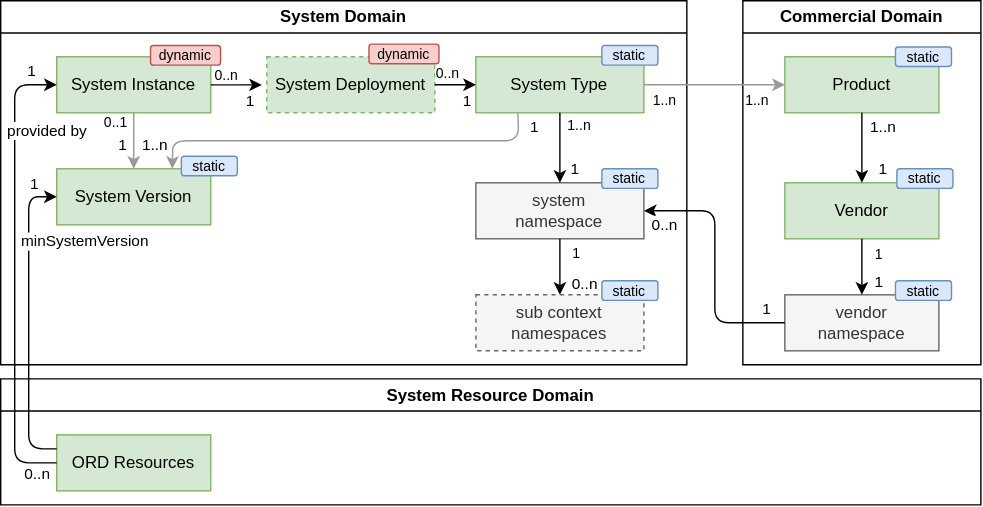
open-resource-discovery/specification keeps this draw.io diagram as static/img/system-landscape/system.drawio.svg. Above is the earlier version. Source tidied: cells renumbered, new cells last; positions are measured from the earlier drawing's top-left corner, leaving out a move shared by most shapes.
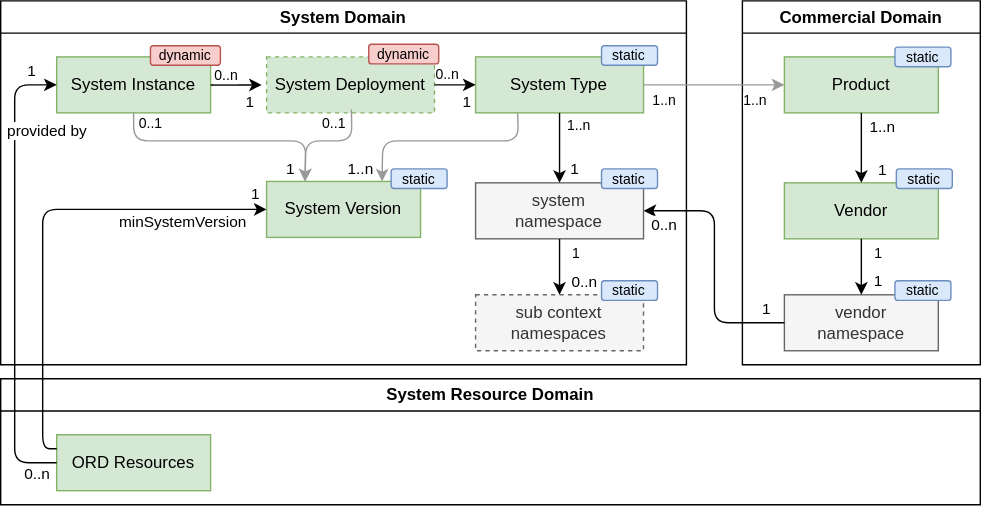
Later version of the same file.

The edit, as a diff of the source:
```diff
@@ -9,26 +9,26 @@
       <mxGeometry x="40" y="40" width="110" height="40" as="geometry" />
     </mxCell>
     <mxCell id="4" value="System Version" style="rounded=0;whiteSpace=wrap;html=1;verticalAlign=middle;fillColor=#d5e8d4;strokeColor=#82b366;" parent="2" vertex="1">
-      <mxGeometry x="40" y="120" width="110" height="40" as="geometry" />
+      <mxGeometry x="190" y="129" width="110" height="40" as="geometry" />
     </mxCell>
-    <mxCell id="5" style="edgeStyle=none;html=1;strokeColor=#999999;" parent="2" edge="1" source="3" target="4">
-      <mxGeometry relative="1" as="geometry" />
+    <mxCell id="5" style="edgeStyle=none;html=1;strokeColor=#999999;entryX=0.25;entryY=0;entryDx=0;entryDy=0;" parent="2" edge="1" source="3" target="4">
+      <mxGeometry relative="1" as="geometry">
+        <Array as="points">
+          <mxPoint x="95" y="100" />
+          <mxPoint x="218" y="100" />
+        </Array>
+      </mxGeometry>
     </mxCell>
-    <mxCell id="6" value="1" style="edgeLabel;html=1;align=center;verticalAlign=middle;" parent="5" vertex="1">
-      <mxGeometry x="0.38" y="6" relative="1" as="geometry">
-        <mxPoint x="-14" y="-5" as="offset" />
-      </mxGeometry>
-    </mxCell>
     <mxCell id="7" value="0..1" style="edgeLabel;html=1;align=center;verticalAlign=middle;fontSize=10;" parent="5" vertex="1">
       <mxGeometry x="-0.84" y="1" relative="1" as="geometry">
-        <mxPoint x="-14" y="3" as="offset" />
+        <mxPoint x="11" y="-7" as="offset" />
       </mxGeometry>
     </mxCell>
     <mxCell id="8" style="edgeStyle=none;html=1;entryX=0.75;entryY=0;entryDx=0;entryDy=0;exitX=0.25;exitY=1;exitDx=0;exitDy=0;strokeColor=#999999;" parent="2" edge="1" source="11" target="4">
       <mxGeometry relative="1" as="geometry">
         <Array as="points">
           <mxPoint x="370" y="100" />
-          <mxPoint x="123" y="100" />
+          <mxPoint x="273" y="100" />
         </Array>
       </mxGeometry>
     </mxCell>
@@ -39,7 +39,7 @@
     </mxCell>
     <mxCell id="10" value="1..n" style="edgeLabel;html=1;align=center;verticalAlign=middle;" parent="8" vertex="1">
       <mxGeometry x="0.74" y="-1" relative="1" as="geometry">
-        <mxPoint x="-30" y="4" as="offset" />
+        <mxPoint x="-15" y="10" as="offset" />
       </mxGeometry>
     </mxCell>
     <mxCell id="11" value="System Type" style="rounded=0;whiteSpace=wrap;html=1;verticalAlign=middle;fillColor=#d5e8d4;strokeColor=#82b366;" parent="2" vertex="1">
@@ -103,7 +103,7 @@
       <mxGeometry x="429.3" y="32" width="40" height="14" as="geometry" />
     </mxCell>
     <mxCell id="27" value="&lt;font style=&quot;font-size: 10px;&quot;&gt;static&lt;/font&gt;" style="rounded=1;whiteSpace=wrap;html=1;strokeColor=#6c8ebf;fillColor=#dae8fc;" parent="2" vertex="1">
-      <mxGeometry x="129" y="111" width="40" height="14" as="geometry" />
+      <mxGeometry x="279" y="120" width="40" height="14" as="geometry" />
     </mxCell>
     <mxCell id="28" value="System Deployment" style="rounded=0;whiteSpace=wrap;html=1;verticalAlign=middle;fillColor=#d5e8d4;strokeColor=#82b366;dashed=1;" parent="2" vertex="1">
       <mxGeometry x="190" y="40" width="120" height="40" as="geometry" />
@@ -124,6 +124,24 @@
     <mxCell id="32" value="&lt;font style=&quot;font-size: 10px;&quot;&gt;dynamic&lt;/font&gt;" style="rounded=1;whiteSpace=wrap;html=1;strokeColor=#b85450;fillColor=#f8cecc;" parent="2" vertex="1">
       <mxGeometry x="263" y="31" width="50" height="14" as="geometry" />
     </mxCell>
+    <mxCell id="61" style="edgeStyle=none;html=1;strokeColor=#999999;exitX=0.505;exitY=0.94;exitDx=0;exitDy=0;entryX=0.25;entryY=0;entryDx=0;entryDy=0;exitPerimeter=0;" parent="2" edge="1" source="28" target="4">
+      <mxGeometry relative="1" as="geometry">
+        <Array as="points">
+          <mxPoint x="251" y="100" />
+          <mxPoint x="218" y="100" />
+        </Array>
+      </mxGeometry>
+    </mxCell>
+    <mxCell id="6" value="1" style="edgeLabel;html=1;align=center;verticalAlign=middle;" parent="61" vertex="1">
+      <mxGeometry x="0.38" y="6" relative="1" as="geometry">
+        <mxPoint x="-17" y="16" as="offset" />
+      </mxGeometry>
+    </mxCell>
+    <mxCell id="62" value="0..1" style="edgeLabel;html=1;align=center;verticalAlign=middle;fontSize=10;" parent="61" vertex="1">
+      <mxGeometry x="-0.84" y="1" relative="1" as="geometry">
+        <mxPoint x="-14" y="3" as="offset" />
+      </mxGeometry>
+    </mxCell>
     <mxCell id="33" value="Commercial Domain" style="swimlane;whiteSpace=wrap;html=1;" parent="1" vertex="1">
       <mxGeometry x="530" width="170" height="260" as="geometry" />
     </mxCell>
@@ -234,20 +252,19 @@
     <mxCell id="58" style="edgeStyle=none;html=1;entryX=0;entryY=0.5;entryDx=0;entryDy=0;exitX=0;exitY=0.25;exitDx=0;exitDy=0;" parent="1" edge="1" source="53" target="4">
       <mxGeometry relative="1" as="geometry">
         <Array as="points">
-          <mxPoint x="20" y="320" />
-          <mxPoint x="20" y="140" />
-          <mxPoint x="40" y="140" />
+          <mxPoint x="30" y="320" />
+          <mxPoint x="30" y="149" />
         </Array>
       </mxGeometry>
     </mxCell>
     <mxCell id="59" value="minSystemVersion" style="edgeLabel;html=1;align=center;verticalAlign=middle;" parent="58" vertex="1">
       <mxGeometry x="0.62" y="1" relative="1" as="geometry">
-        <mxPoint x="41" y="10" as="offset" />
+        <mxPoint x="5" y="10" as="offset" />
       </mxGeometry>
     </mxCell>
     <mxCell id="60" value="1" style="edgeLabel;html=1;align=center;verticalAlign=middle;" parent="58" vertex="1">
       <mxGeometry x="0.68" y="2" relative="1" as="geometry">
-        <mxPoint x="6" y="-25" as="offset" />
+        <mxPoint x="47" y="-9" as="offset" />
       </mxGeometry>
     </mxCell>
   </root>
```
